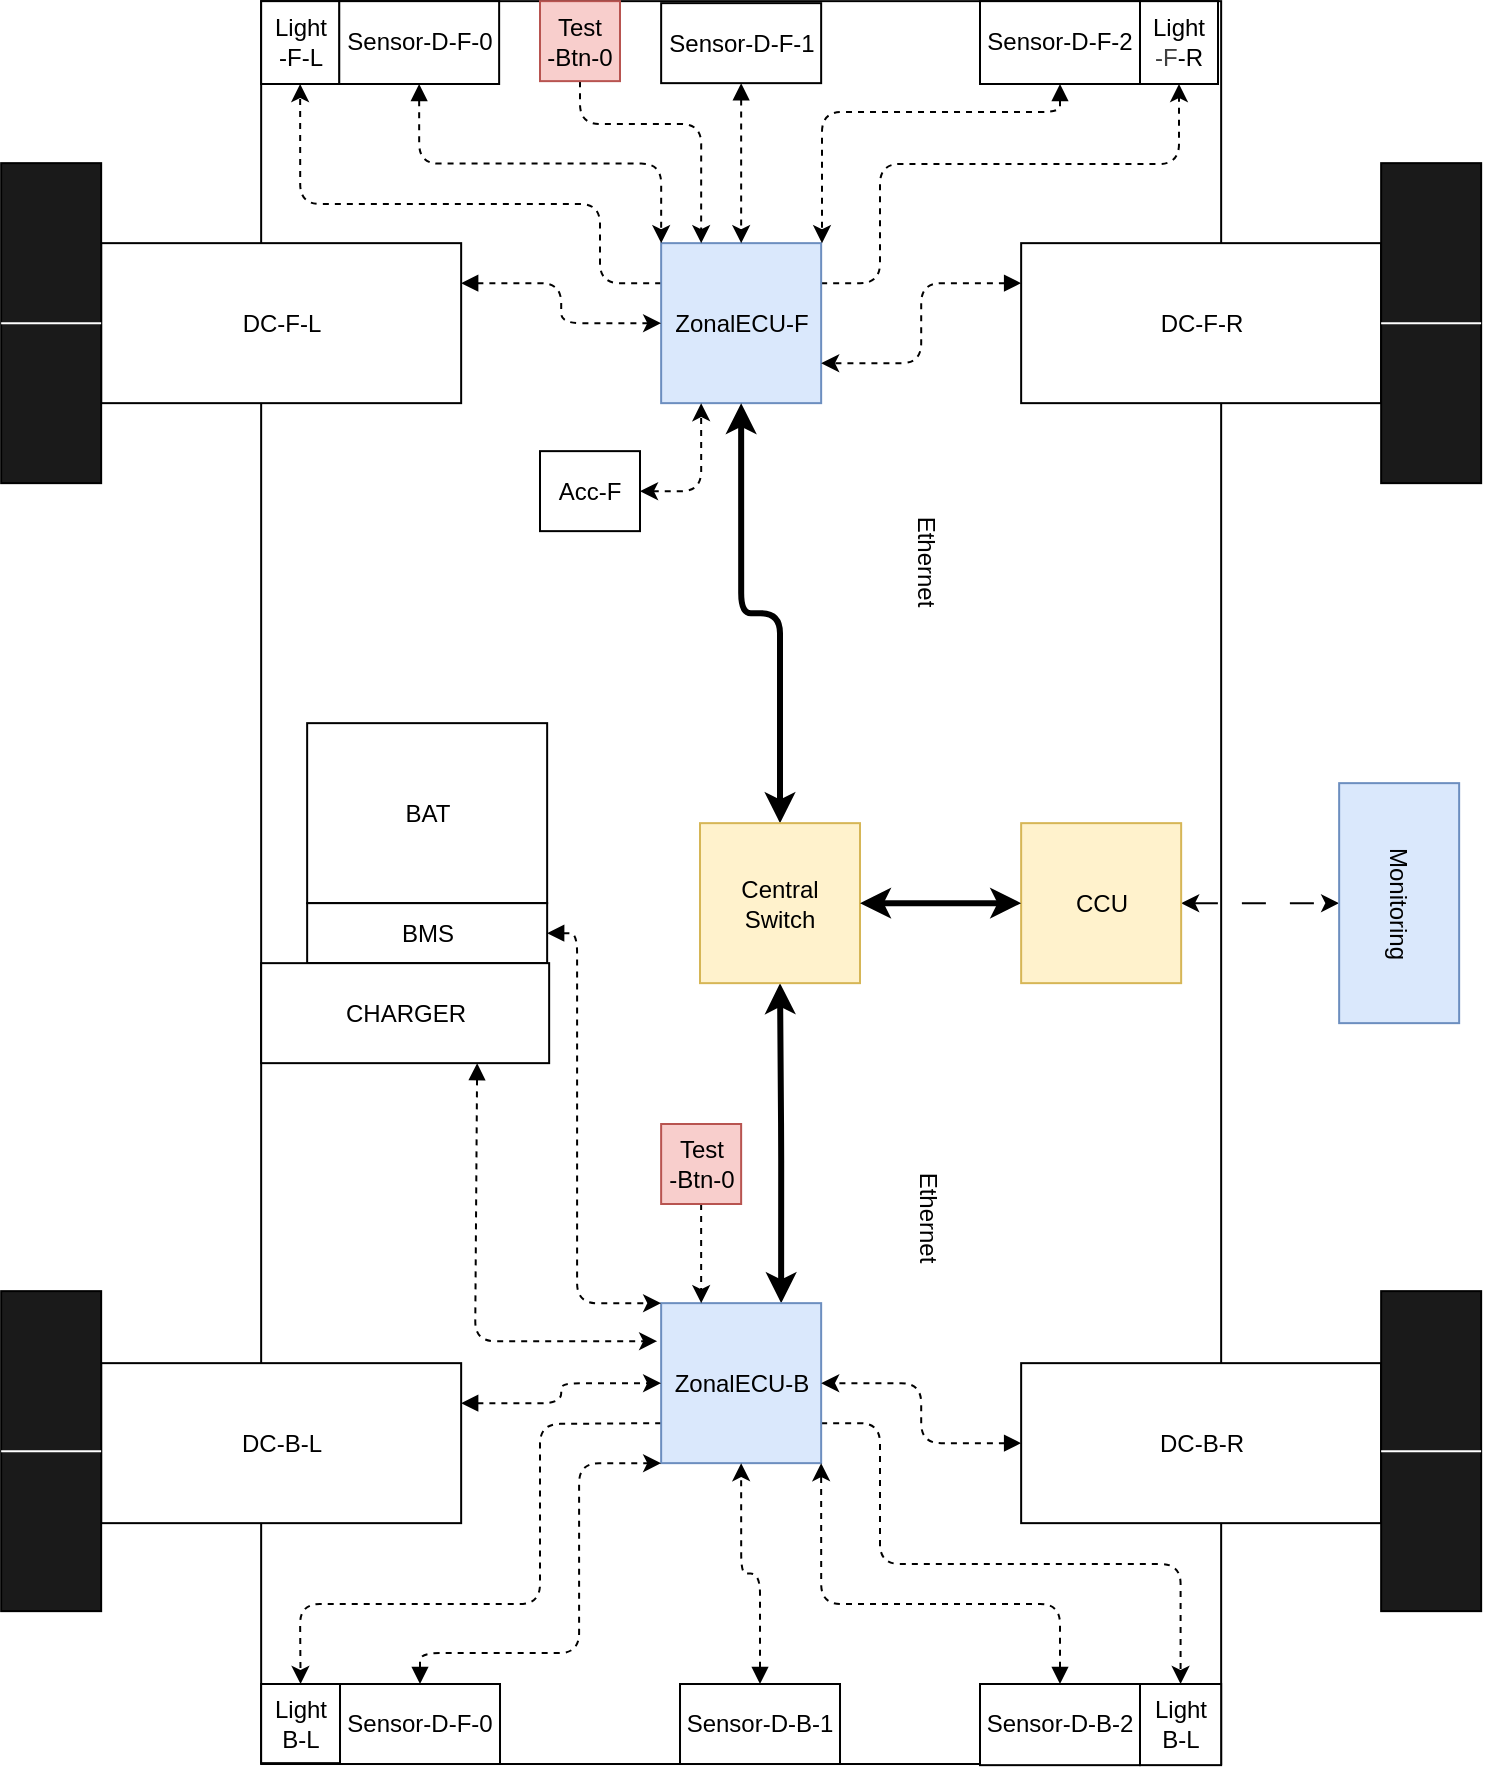
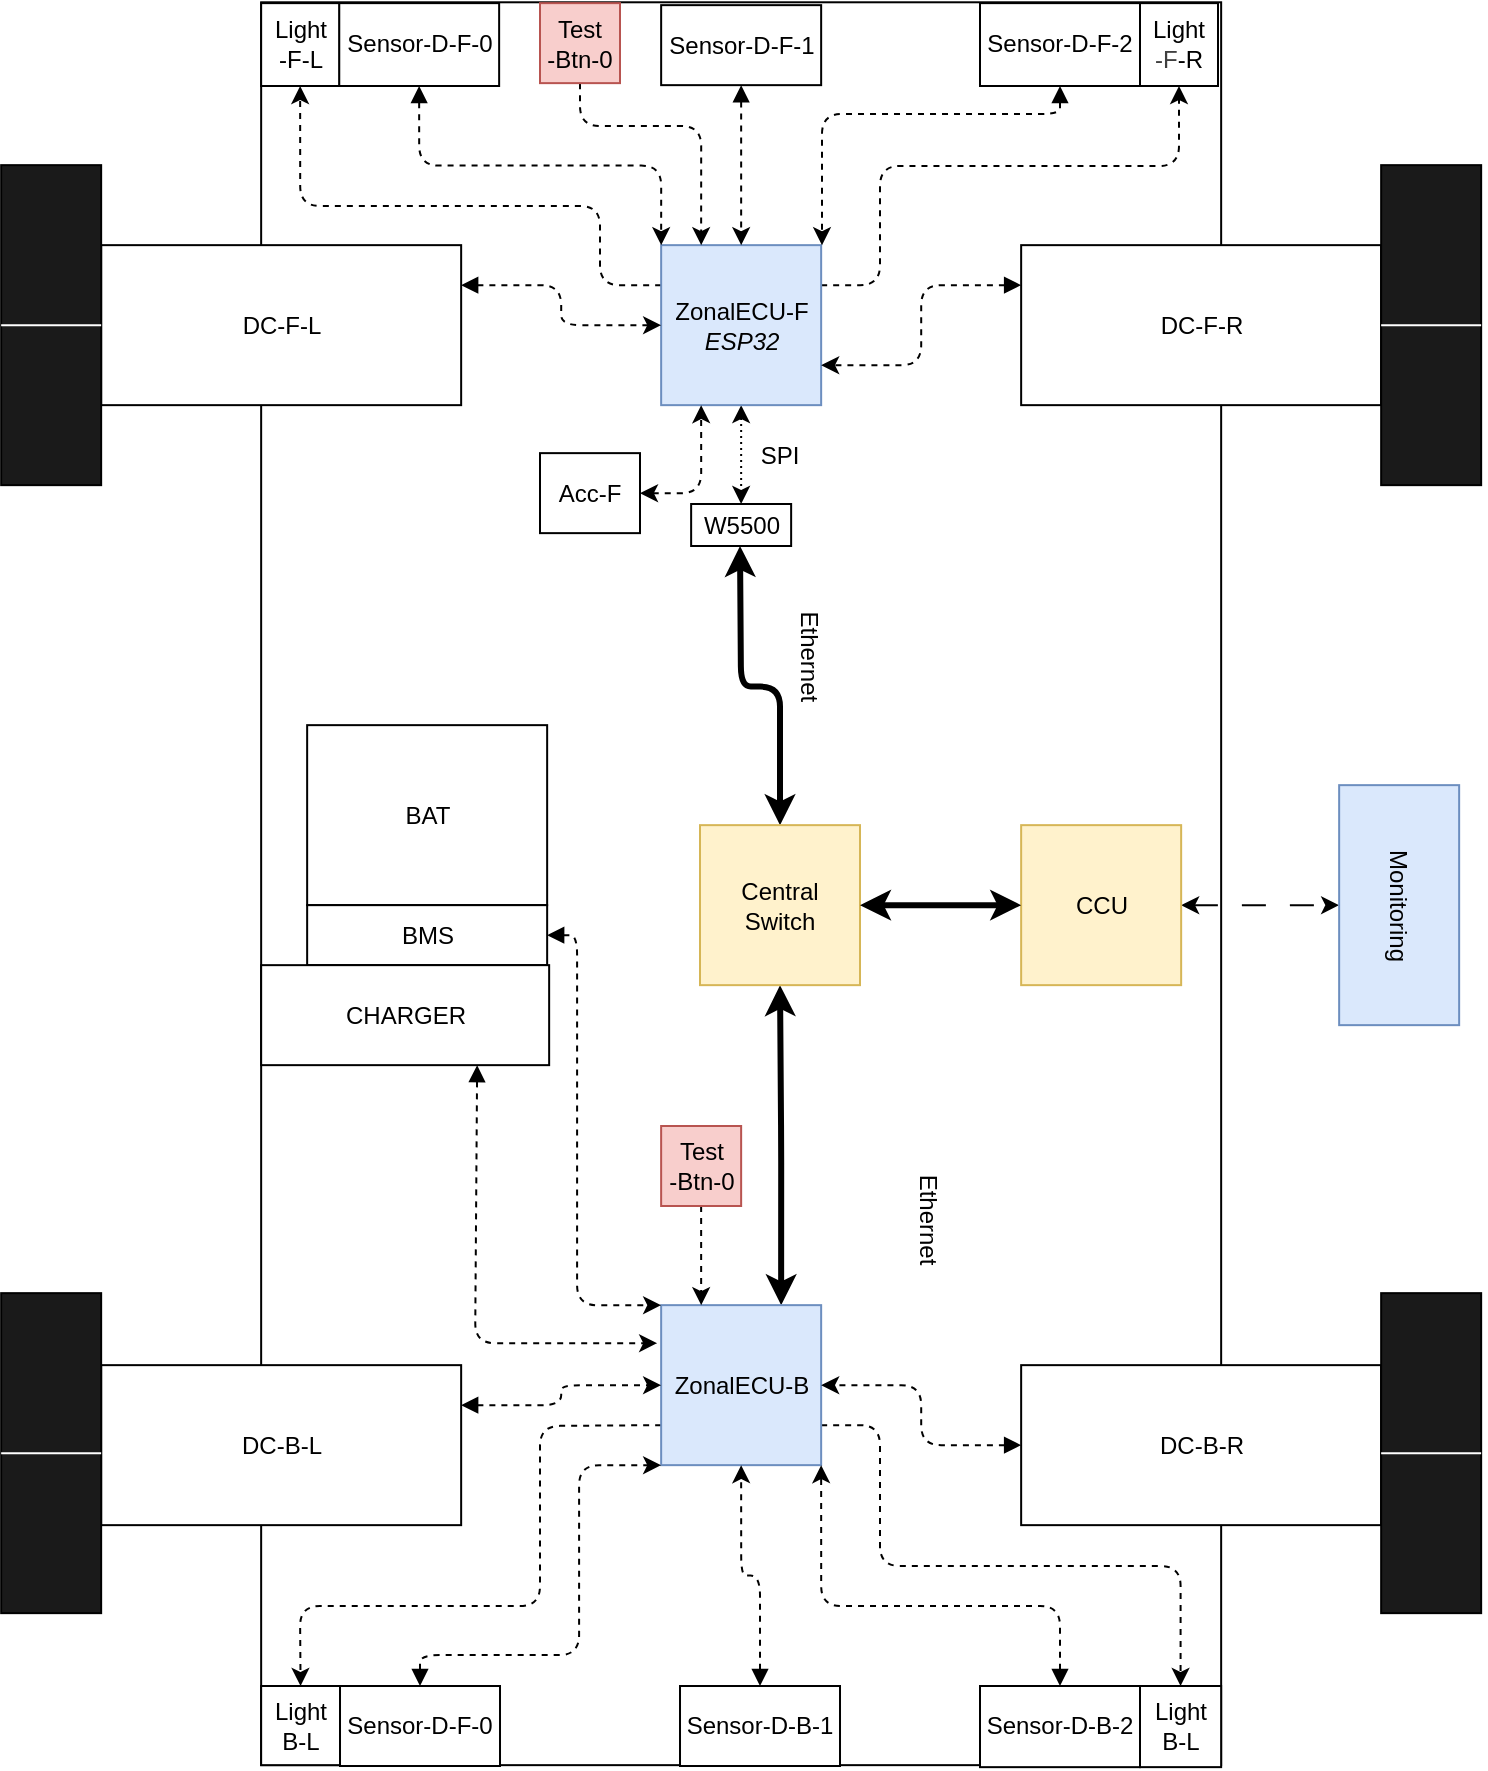
<mxfile host="65bd71144e">
    <diagram id="eSWMVI3Hitp-FO4I6tr9" name="Page-1">
-         <mxGraphModel dx="596" dy="1107" grid="1" gridSize="10" guides="1" tooltips="1" connect="1" arrows="1" fold="1" page="1" pageScale="1" pageWidth="3300" pageHeight="4681" math="0" shadow="0">
+         <mxGraphModel dx="266" dy="318" grid="1" gridSize="10" guides="1" tooltips="1" connect="1" arrows="1" fold="1" page="1" pageScale="1" pageWidth="3300" pageHeight="4681" math="0" shadow="0">
            <root>
                <mxCell id="0"/>
                <mxCell id="1" parent="0"/>
                <mxCell id="2" value="" style="rounded=0;whiteSpace=wrap;html=1;movable=1;resizable=1;rotatable=1;deletable=1;editable=1;locked=0;connectable=1;rotation=0;" parent="1" vertex="1">
-                     <mxGeometry x="480.57359312880715" y="118.57359312880715" width="480" height="881.43" as="geometry"/>
+                     <mxGeometry x="480.57359312880715" y="118.14359312880714" width="480" height="881.43" as="geometry"/>
                </mxCell>
                <mxCell id="8" value="BAT" style="rounded=0;whiteSpace=wrap;html=1;rotation=0;" parent="1" vertex="1">
                    <mxGeometry x="503.57359312880715" y="479.57359312880715" width="120" height="90" as="geometry"/>
                </mxCell>
                <mxCell id="9" value="BMS" style="rounded=0;whiteSpace=wrap;html=1;rotation=0;" parent="1" vertex="1">
                    <mxGeometry x="503.57359312880715" y="569.5735931288071" width="120" height="30" as="geometry"/>
                </mxCell>
                <mxCell id="64" style="edgeStyle=none;html=1;exitX=0.75;exitY=1;exitDx=0;exitDy=0;startArrow=block;startFill=1;dashed=1;" parent="1" source="10" edge="1">
                    <mxGeometry relative="1" as="geometry">
                        <mxPoint x="678.5735931288071" y="788.5735931288071" as="targetPoint"/>
                        <Array as="points">
                            <mxPoint x="587.5735931288071" y="788.5735931288071"/>
                        </Array>
                    </mxGeometry>
                </mxCell>
                <mxCell id="10" value="CHARGER" style="rounded=0;whiteSpace=wrap;html=1;rotation=0;" parent="1" vertex="1">
                    <mxGeometry x="480.57359312880715" y="599.5735931288071" width="144" height="50" as="geometry"/>
                </mxCell>
-                 <mxCell id="83" style="edgeStyle=orthogonalEdgeStyle;html=1;exitX=1;exitY=0.25;exitDx=0;exitDy=0;entryX=0.5;entryY=1;entryDx=0;entryDy=0;startArrow=none;startFill=0;dashed=1;" edge="1" parent="1" source="11" target="82">
+                 <mxCell id="83" style="edgeStyle=orthogonalEdgeStyle;html=1;exitX=1;exitY=0.25;exitDx=0;exitDy=0;entryX=0.5;entryY=1;entryDx=0;entryDy=0;startArrow=none;startFill=0;dashed=1;" parent="1" source="11" target="82" edge="1">
                    <mxGeometry relative="1" as="geometry">
                        <Array as="points">
                            <mxPoint x="790" y="260"/>
                            <mxPoint x="790" y="200"/>
                            <mxPoint x="940" y="200"/>
                        </Array>
                    </mxGeometry>
                </mxCell>
-                 <mxCell id="84" style="edgeStyle=orthogonalEdgeStyle;html=1;exitX=0;exitY=0.25;exitDx=0;exitDy=0;entryX=0.5;entryY=1;entryDx=0;entryDy=0;dashed=1;" edge="1" parent="1" source="11" target="78">
+                 <mxCell id="84" style="edgeStyle=orthogonalEdgeStyle;html=1;exitX=0;exitY=0.25;exitDx=0;exitDy=0;entryX=0.5;entryY=1;entryDx=0;entryDy=0;dashed=1;" parent="1" source="11" target="78" edge="1">
                    <mxGeometry relative="1" as="geometry">
                        <Array as="points">
                            <mxPoint x="650" y="260"/>
                            <mxPoint x="650" y="220"/>
                            <mxPoint x="500" y="220"/>
                        </Array>
                    </mxGeometry>
                </mxCell>
-                 <mxCell id="11" value="ZonalECU-F" style="whiteSpace=wrap;html=1;aspect=fixed;rotation=0;fillColor=#dae8fc;strokeColor=#6c8ebf;" parent="1" vertex="1">
+                 <mxCell id="SC8PyIf7rW9RjpHdmkf2-96" style="edgeStyle=none;html=1;exitX=0.5;exitY=1;exitDx=0;exitDy=0;entryX=0.5;entryY=0;entryDx=0;entryDy=0;startArrow=classic;startFill=1;dashed=1;dashPattern=1 2;" edge="1" parent="1" source="11" target="SC8PyIf7rW9RjpHdmkf2-95">
+                     <mxGeometry relative="1" as="geometry"/>
+                 </mxCell>
+                 <mxCell id="11" value="ZonalECU-F&lt;br&gt;&lt;i&gt;ESP32&lt;/i&gt;" style="whiteSpace=wrap;html=1;aspect=fixed;rotation=0;fillColor=#dae8fc;strokeColor=#6c8ebf;" parent="1" vertex="1">
                    <mxGeometry x="680.5735931288071" y="239.57359312880715" width="80" height="80" as="geometry"/>
                </mxCell>
                <mxCell id="67" style="edgeStyle=orthogonalEdgeStyle;html=1;exitX=0.75;exitY=0;exitDx=0;exitDy=0;entryX=0.5;entryY=1;entryDx=0;entryDy=0;startArrow=classic;startFill=1;strokeWidth=3;" parent="1" source="12" target="94" edge="1">
                    <mxGeometry relative="1" as="geometry"/>
                </mxCell>
-                 <mxCell id="88" style="edgeStyle=none;html=1;exitX=0;exitY=0.75;exitDx=0;exitDy=0;entryX=0.5;entryY=0;entryDx=0;entryDy=0;dashed=1;" edge="1" parent="1" source="12" target="87">
+                 <mxCell id="88" style="edgeStyle=none;html=1;exitX=0;exitY=0.75;exitDx=0;exitDy=0;entryX=0.5;entryY=0;entryDx=0;entryDy=0;dashed=1;" parent="1" source="12" target="87" edge="1">
                    <mxGeometry relative="1" as="geometry">
                        <Array as="points">
                            <mxPoint x="620" y="830"/>
                            <mxPoint x="620" y="920"/>
                            <mxPoint x="500" y="920"/>
                        </Array>
                    </mxGeometry>
                </mxCell>
-                 <mxCell id="91" style="edgeStyle=orthogonalEdgeStyle;html=1;exitX=1;exitY=0.75;exitDx=0;exitDy=0;entryX=0.5;entryY=0;entryDx=0;entryDy=0;dashed=1;" edge="1" parent="1" source="12" target="90">
+                 <mxCell id="91" style="edgeStyle=orthogonalEdgeStyle;html=1;exitX=1;exitY=0.75;exitDx=0;exitDy=0;entryX=0.5;entryY=0;entryDx=0;entryDy=0;dashed=1;" parent="1" source="12" target="90" edge="1">
                    <mxGeometry relative="1" as="geometry">
                        <Array as="points">
                            <mxPoint x="790" y="830"/>
                            <mxPoint x="790" y="900"/>
                            <mxPoint x="940" y="900"/>
                        </Array>
                    </mxGeometry>
                </mxCell>
                <mxCell id="12" value="&lt;span style=&quot;color: rgb(0, 0, 0);&quot;&gt;ZonalECU-B&lt;/span&gt;" style="whiteSpace=wrap;html=1;aspect=fixed;rotation=0;fillColor=#dae8fc;strokeColor=#6c8ebf;" parent="1" vertex="1">
                    <mxGeometry x="680.5735931288071" y="769.5735931288071" width="80" height="80" as="geometry"/>
                </mxCell>
                <mxCell id="70" style="edgeStyle=orthogonalEdgeStyle;html=1;exitX=1;exitY=0.5;exitDx=0;exitDy=0;entryX=0.5;entryY=1;entryDx=0;entryDy=0;dashed=1;dashPattern=12 12;startArrow=classic;startFill=1;" parent="1" source="14" target="69" edge="1">
                    <mxGeometry relative="1" as="geometry"/>
                </mxCell>
                <mxCell id="14" value="CCU" style="whiteSpace=wrap;html=1;aspect=fixed;rotation=0;fillColor=#fff2cc;strokeColor=#d6b656;" parent="1" vertex="1">
                    <mxGeometry x="860.5735931288071" y="529.5735931288071" width="80" height="80" as="geometry"/>
                </mxCell>
-                 <mxCell id="29" value="" style="endArrow=classic;startArrow=classic;html=1;exitX=0.5;exitY=0;exitDx=0;exitDy=0;entryX=0.5;entryY=1;entryDx=0;entryDy=0;strokeWidth=3;edgeStyle=orthogonalEdgeStyle;" parent="1" target="11" edge="1" source="94">
+                 <mxCell id="29" value="" style="endArrow=classic;startArrow=classic;html=1;exitX=0.5;exitY=0;exitDx=0;exitDy=0;strokeWidth=3;edgeStyle=orthogonalEdgeStyle;" parent="1" source="94" edge="1">
                    <mxGeometry width="50" height="50" relative="1" as="geometry">
                        <mxPoint x="900.5735931288071" y="529.5735931288071" as="sourcePoint"/>
-                         <mxPoint x="720.5735931288071" y="439.57359312880715" as="targetPoint"/>
+                         <mxPoint x="720" y="390" as="targetPoint"/>
                    </mxGeometry>
                </mxCell>
                <mxCell id="33" value="" style="group;rotation=0;" parent="1" vertex="1" connectable="0">
                    <mxGeometry x="350.57359312880715" y="749.5735931288071" width="230" height="160" as="geometry"/>
                </mxCell>
                <mxCell id="6" value="DC-B-L" style="rounded=0;whiteSpace=wrap;html=1;rotation=0;" parent="33" vertex="1">
                    <mxGeometry x="50" y="50" width="180" height="80" as="geometry"/>
                </mxCell>
                <mxCell id="18" value="" style="group;rotation=0;" parent="33" vertex="1" connectable="0">
                    <mxGeometry y="14" width="50" height="160" as="geometry"/>
                </mxCell>
                <mxCell id="19" value="" style="rounded=0;whiteSpace=wrap;html=1;fillColor=#1A1A1A;rotation=0;" parent="18" vertex="1">
                    <mxGeometry width="50" height="160" as="geometry"/>
                </mxCell>
                <mxCell id="20" value="" style="endArrow=none;html=1;entryX=1;entryY=0.5;entryDx=0;entryDy=0;exitX=0;exitY=0.5;exitDx=0;exitDy=0;strokeColor=light-dark(#ffffff, #ededed);" parent="18" source="19" target="19" edge="1">
                    <mxGeometry width="50" height="50" relative="1" as="geometry">
                        <mxPoint x="-140" y="100" as="sourcePoint"/>
                        <mxPoint x="-90" y="50" as="targetPoint"/>
                    </mxGeometry>
                </mxCell>
                <mxCell id="35" value="" style="group;rotation=0;" parent="1" vertex="1" connectable="0">
                    <mxGeometry x="860.5735931288071" y="199.57359312880715" width="230" height="160" as="geometry"/>
                </mxCell>
                <mxCell id="4" value="&lt;span style=&quot;color: rgb(0, 0, 0);&quot;&gt;DC-F-R&lt;/span&gt;" style="rounded=0;whiteSpace=wrap;html=1;rotation=0;" parent="35" vertex="1">
                    <mxGeometry y="40" width="180" height="80" as="geometry"/>
                </mxCell>
                <mxCell id="24" value="" style="group;rotation=0;" parent="35" vertex="1" connectable="0">
                    <mxGeometry x="180" width="50" height="160" as="geometry"/>
                </mxCell>
                <mxCell id="25" value="" style="rounded=0;whiteSpace=wrap;html=1;fillColor=#1A1A1A;rotation=0;" parent="24" vertex="1">
                    <mxGeometry width="50" height="160" as="geometry"/>
                </mxCell>
                <mxCell id="26" value="" style="endArrow=none;html=1;entryX=1;entryY=0.5;entryDx=0;entryDy=0;exitX=0;exitY=0.5;exitDx=0;exitDy=0;strokeColor=light-dark(#ffffff, #ededed);" parent="24" source="25" target="25" edge="1">
                    <mxGeometry width="50" height="50" relative="1" as="geometry">
                        <mxPoint x="-140" y="100" as="sourcePoint"/>
                        <mxPoint x="-90" y="50" as="targetPoint"/>
                    </mxGeometry>
                </mxCell>
                <mxCell id="36" value="" style="group;rotation=0;" parent="1" vertex="1" connectable="0">
                    <mxGeometry x="350.57359312880715" y="199.57359312880715" width="230" height="160" as="geometry"/>
                </mxCell>
                <mxCell id="3" value="DC-F-L" style="rounded=0;whiteSpace=wrap;html=1;rotation=0;" parent="36" vertex="1">
                    <mxGeometry x="50" y="40" width="180" height="80" as="geometry"/>
                </mxCell>
                <mxCell id="17" value="" style="group;rotation=0;" parent="36" vertex="1" connectable="0">
                    <mxGeometry width="50" height="160" as="geometry"/>
                </mxCell>
                <mxCell id="15" value="" style="rounded=0;whiteSpace=wrap;html=1;fillColor=#1A1A1A;rotation=0;" parent="17" vertex="1">
                    <mxGeometry width="50" height="160" as="geometry"/>
                </mxCell>
                <mxCell id="16" value="" style="endArrow=none;html=1;entryX=1;entryY=0.5;entryDx=0;entryDy=0;exitX=0;exitY=0.5;exitDx=0;exitDy=0;strokeColor=light-dark(#ffffff, #ededed);" parent="17" source="15" target="15" edge="1">
                    <mxGeometry width="50" height="50" relative="1" as="geometry">
                        <mxPoint x="-140" y="100" as="sourcePoint"/>
                        <mxPoint x="-90" y="50" as="targetPoint"/>
                    </mxGeometry>
                </mxCell>
                <mxCell id="37" value="Sensor-D-F-0" style="rounded=0;whiteSpace=wrap;html=1;rotation=0;" parent="1" vertex="1">
                    <mxGeometry x="519.57" y="118.57" width="80" height="41.43" as="geometry"/>
                </mxCell>
                <mxCell id="52" style="edgeStyle=orthogonalEdgeStyle;html=1;exitX=0.5;exitY=1;exitDx=0;exitDy=0;entryX=1;entryY=0;entryDx=0;entryDy=0;startArrow=block;startFill=1;dashed=1;" parent="1" source="38" target="11" edge="1">
                    <mxGeometry relative="1" as="geometry">
                        <Array as="points">
                            <mxPoint x="880" y="174"/>
                            <mxPoint x="761" y="174"/>
                            <mxPoint x="761" y="240"/>
                        </Array>
                    </mxGeometry>
                </mxCell>
                <mxCell id="38" value="Sensor-D-F-2" style="rounded=0;whiteSpace=wrap;html=1;rotation=0;" parent="1" vertex="1">
                    <mxGeometry x="840" y="118.57" width="80" height="41.43" as="geometry"/>
                </mxCell>
                <mxCell id="51" style="edgeStyle=orthogonalEdgeStyle;html=1;exitX=0.5;exitY=1;exitDx=0;exitDy=0;entryX=0.5;entryY=0;entryDx=0;entryDy=0;startArrow=block;startFill=1;dashed=1;" parent="1" source="39" target="11" edge="1">
                    <mxGeometry relative="1" as="geometry"/>
                </mxCell>
                <mxCell id="39" value="Sensor-D-F-1" style="rounded=0;whiteSpace=wrap;html=1;rotation=0;" parent="1" vertex="1">
                    <mxGeometry x="680.5735931288071" y="119.57359312880715" width="80" height="40" as="geometry"/>
                </mxCell>
                <mxCell id="55" style="edgeStyle=orthogonalEdgeStyle;html=1;exitX=0.5;exitY=0;exitDx=0;exitDy=0;entryX=0;entryY=1;entryDx=0;entryDy=0;strokeWidth=1;startArrow=block;startFill=1;dashed=1;" parent="1" source="46" target="12" edge="1">
                    <mxGeometry relative="1" as="geometry">
                        <Array as="points">
                            <mxPoint x="639.5735931288071" y="944.5735931288071"/>
                            <mxPoint x="638.5735931288071" y="849.5735931288071"/>
                        </Array>
                    </mxGeometry>
                </mxCell>
                <mxCell id="46" value="Sensor-D-F-0" style="rounded=0;whiteSpace=wrap;html=1;rotation=0;" parent="1" vertex="1">
                    <mxGeometry x="520.0035931288071" y="960.0035931288071" width="80" height="40" as="geometry"/>
                </mxCell>
                <mxCell id="53" style="edgeStyle=orthogonalEdgeStyle;html=1;exitX=0.5;exitY=0;exitDx=0;exitDy=0;entryX=1;entryY=1;entryDx=0;entryDy=0;strokeWidth=1;startArrow=block;startFill=1;dashed=1;" parent="1" source="47" target="12" edge="1">
                    <mxGeometry relative="1" as="geometry">
                        <Array as="points">
                            <mxPoint x="880" y="920"/>
                            <mxPoint x="761" y="920"/>
                        </Array>
                    </mxGeometry>
                </mxCell>
                <mxCell id="47" value="Sensor-D-B-2" style="rounded=0;whiteSpace=wrap;html=1;rotation=0;textDirection=rtl;" parent="1" vertex="1">
                    <mxGeometry x="840" y="960" width="80" height="40.58" as="geometry"/>
                </mxCell>
                <mxCell id="54" style="edgeStyle=orthogonalEdgeStyle;html=1;exitX=0.5;exitY=0;exitDx=0;exitDy=0;entryX=0.5;entryY=1;entryDx=0;entryDy=0;strokeWidth=1;startArrow=block;startFill=1;dashed=1;" parent="1" source="48" target="12" edge="1">
                    <mxGeometry relative="1" as="geometry"/>
                </mxCell>
                <mxCell id="48" value="Sensor-D-B-1" style="rounded=0;whiteSpace=wrap;html=1;rotation=0;" parent="1" vertex="1">
                    <mxGeometry x="690.0035931288071" y="960.0035931288071" width="80" height="40" as="geometry"/>
                </mxCell>
                <mxCell id="50" value="" style="endArrow=classic;html=1;exitX=0.5;exitY=1;exitDx=0;exitDy=0;entryX=0;entryY=0;entryDx=0;entryDy=0;edgeStyle=orthogonalEdgeStyle;startArrow=block;startFill=1;dashed=1;" parent="1" source="37" target="11" edge="1">
                    <mxGeometry width="50" height="50" relative="1" as="geometry">
                        <mxPoint x="668.5735931288071" y="-41.42640687119285" as="sourcePoint"/>
                        <mxPoint x="678.5735931288071" y="238.57359312880715" as="targetPoint"/>
                    </mxGeometry>
                </mxCell>
                <mxCell id="59" style="edgeStyle=orthogonalEdgeStyle;html=1;exitX=1;exitY=0.25;exitDx=0;exitDy=0;entryX=0;entryY=0.5;entryDx=0;entryDy=0;startArrow=block;startFill=1;dashed=1;" parent="1" source="3" target="11" edge="1">
                    <mxGeometry relative="1" as="geometry"/>
                </mxCell>
                <mxCell id="60" style="edgeStyle=orthogonalEdgeStyle;html=1;exitX=0;exitY=0.25;exitDx=0;exitDy=0;entryX=1;entryY=0.75;entryDx=0;entryDy=0;startArrow=block;startFill=1;dashed=1;" parent="1" source="4" target="11" edge="1">
                    <mxGeometry relative="1" as="geometry"/>
                </mxCell>
                <mxCell id="61" style="edgeStyle=orthogonalEdgeStyle;html=1;exitX=0;exitY=0.5;exitDx=0;exitDy=0;entryX=1;entryY=0.5;entryDx=0;entryDy=0;startArrow=block;startFill=1;dashed=1;" parent="1" source="5" target="12" edge="1">
                    <mxGeometry relative="1" as="geometry"/>
                </mxCell>
                <mxCell id="62" style="edgeStyle=orthogonalEdgeStyle;html=1;exitX=1;exitY=0.25;exitDx=0;exitDy=0;entryX=0;entryY=0.5;entryDx=0;entryDy=0;startArrow=block;startFill=1;dashed=1;" parent="1" source="6" target="12" edge="1">
                    <mxGeometry relative="1" as="geometry"/>
                </mxCell>
                <mxCell id="63" value="" style="endArrow=classic;html=1;exitX=1;exitY=0.5;exitDx=0;exitDy=0;entryX=0;entryY=0;entryDx=0;entryDy=0;edgeStyle=orthogonalEdgeStyle;startArrow=block;startFill=1;dashed=1;" parent="1" source="9" target="12" edge="1">
                    <mxGeometry width="50" height="50" relative="1" as="geometry">
                        <mxPoint x="698.5735931288071" y="528.5735931288071" as="sourcePoint"/>
                        <mxPoint x="748.5735931288071" y="578.5735931288071" as="targetPoint"/>
                        <Array as="points">
                            <mxPoint x="638.5735931288071" y="584.5735931288071"/>
                            <mxPoint x="638.5735931288071" y="769.5735931288071"/>
                        </Array>
                    </mxGeometry>
                </mxCell>
                <mxCell id="65" value="Ethernet" style="text;html=1;align=center;verticalAlign=middle;whiteSpace=wrap;rounded=0;rotation=90;" parent="1" vertex="1">
-                     <mxGeometry x="783.5735931288071" y="383.57359312880715" width="60" height="30" as="geometry"/>
+                     <mxGeometry x="724.5735931288071" y="430.00359312880715" width="60" height="30" as="geometry"/>
                </mxCell>
                <mxCell id="5" value="&lt;span style=&quot;color: rgb(0, 0, 0);&quot;&gt;DC-B-R&lt;/span&gt;" style="rounded=0;whiteSpace=wrap;html=1;rotation=0;" parent="1" vertex="1">
                    <mxGeometry x="860.5735931288071" y="799.5735931288071" width="180" height="80" as="geometry"/>
                </mxCell>
                <mxCell id="21" value="" style="group;rotation=0;" parent="1" vertex="1" connectable="0">
                    <mxGeometry x="1040.5735931288073" y="763.5735931288071" width="50" height="160" as="geometry"/>
                </mxCell>
                <mxCell id="22" value="" style="rounded=0;whiteSpace=wrap;html=1;fillColor=#1A1A1A;rotation=0;" parent="21" vertex="1">
                    <mxGeometry width="50" height="160" as="geometry"/>
                </mxCell>
                <mxCell id="23" value="" style="endArrow=none;html=1;entryX=1;entryY=0.5;entryDx=0;entryDy=0;exitX=0;exitY=0.5;exitDx=0;exitDy=0;strokeColor=light-dark(#ffffff, #ededed);" parent="21" source="22" target="22" edge="1">
                    <mxGeometry width="50" height="50" relative="1" as="geometry">
                        <mxPoint x="-140" y="100" as="sourcePoint"/>
                        <mxPoint x="-90" y="50" as="targetPoint"/>
                    </mxGeometry>
                </mxCell>
                <mxCell id="68" value="Ethernet" style="text;html=1;align=center;verticalAlign=middle;whiteSpace=wrap;rounded=0;rotation=90;" parent="1" vertex="1">
                    <mxGeometry x="784.5735931288071" y="711.5735931288071" width="60" height="30" as="geometry"/>
                </mxCell>
                <mxCell id="69" value="Monitoring" style="rounded=0;whiteSpace=wrap;html=1;fillColor=#dae8fc;strokeColor=#6c8ebf;rotation=90;" parent="1" vertex="1">
                    <mxGeometry x="989.5735931288071" y="539.5735931288071" width="120" height="60" as="geometry"/>
                </mxCell>
-                 <mxCell id="75" value="Acc-F" style="rounded=0;whiteSpace=wrap;html=1;" vertex="1" parent="1">
+                 <mxCell id="75" value="Acc-F" style="rounded=0;whiteSpace=wrap;html=1;" parent="1" vertex="1">
                    <mxGeometry x="620" y="343.57" width="50" height="40" as="geometry"/>
                </mxCell>
-                 <mxCell id="76" value="" style="endArrow=classic;startArrow=classic;html=1;exitX=1;exitY=0.5;exitDx=0;exitDy=0;entryX=0.25;entryY=1;entryDx=0;entryDy=0;edgeStyle=orthogonalEdgeStyle;dashed=1;" edge="1" parent="1" source="75" target="11">
+                 <mxCell id="76" value="" style="endArrow=classic;startArrow=classic;html=1;exitX=1;exitY=0.5;exitDx=0;exitDy=0;entryX=0.25;entryY=1;entryDx=0;entryDy=0;edgeStyle=orthogonalEdgeStyle;dashed=1;" parent="1" source="75" target="11" edge="1">
                    <mxGeometry width="50" height="50" relative="1" as="geometry">
                        <mxPoint x="730" y="530" as="sourcePoint"/>
                        <mxPoint x="780" y="480" as="targetPoint"/>
                        <Array as="points">
                            <mxPoint x="701" y="364"/>
                        </Array>
                    </mxGeometry>
                </mxCell>
-                 <mxCell id="78" value="Light&lt;div&gt;-F-L&lt;/div&gt;" style="rounded=0;whiteSpace=wrap;html=1;" vertex="1" parent="1">
+                 <mxCell id="78" value="Light&lt;div&gt;-F-L&lt;/div&gt;" style="rounded=0;whiteSpace=wrap;html=1;" parent="1" vertex="1">
                    <mxGeometry x="480.57" y="118.57" width="39" height="41.43" as="geometry"/>
                </mxCell>
-                 <mxCell id="82" value="Light&lt;br&gt;&lt;div&gt;&lt;span style=&quot;color: rgb(63, 63, 63); background-color: transparent;&quot;&gt;-F&lt;/span&gt;-R&lt;/div&gt;" style="rounded=0;whiteSpace=wrap;html=1;" vertex="1" parent="1">
+                 <mxCell id="82" value="Light&lt;br&gt;&lt;div&gt;&lt;span style=&quot;color: rgb(63, 63, 63); background-color: transparent;&quot;&gt;-F&lt;/span&gt;-R&lt;/div&gt;" style="rounded=0;whiteSpace=wrap;html=1;" parent="1" vertex="1">
                    <mxGeometry x="920" y="118.57" width="39" height="41.43" as="geometry"/>
                </mxCell>
-                 <mxCell id="86" style="edgeStyle=orthogonalEdgeStyle;html=1;exitX=0.5;exitY=1;exitDx=0;exitDy=0;entryX=0.25;entryY=0;entryDx=0;entryDy=0;dashed=1;" edge="1" parent="1" source="85" target="11">
+                 <mxCell id="86" style="edgeStyle=orthogonalEdgeStyle;html=1;exitX=0.5;exitY=1;exitDx=0;exitDy=0;entryX=0.25;entryY=0;entryDx=0;entryDy=0;dashed=1;" parent="1" source="85" target="11" edge="1">
                    <mxGeometry relative="1" as="geometry">
                        <Array as="points">
                            <mxPoint x="640" y="180"/>
                            <mxPoint x="701" y="180"/>
                        </Array>
                    </mxGeometry>
                </mxCell>
-                 <mxCell id="85" value="Test&lt;br&gt;-Btn-0" style="whiteSpace=wrap;html=1;aspect=fixed;fillColor=#f8cecc;strokeColor=#b85450;" vertex="1" parent="1">
+                 <mxCell id="85" value="Test&lt;br&gt;-Btn-0" style="whiteSpace=wrap;html=1;aspect=fixed;fillColor=#f8cecc;strokeColor=#b85450;" parent="1" vertex="1">
                    <mxGeometry x="620" y="118.57" width="40" height="40" as="geometry"/>
                </mxCell>
-                 <mxCell id="87" value="Light&lt;div&gt;B-L&lt;/div&gt;" style="rounded=0;whiteSpace=wrap;html=1;" vertex="1" parent="1">
+                 <mxCell id="87" value="Light&lt;div&gt;B-L&lt;/div&gt;" style="rounded=0;whiteSpace=wrap;html=1;" parent="1" vertex="1">
                    <mxGeometry x="480.57" y="960" width="39.43" height="39.57" as="geometry"/>
                </mxCell>
-                 <mxCell id="92" style="edgeStyle=none;html=1;entryX=0.25;entryY=0;entryDx=0;entryDy=0;dashed=1;" edge="1" parent="1" source="89" target="12">
-                     <mxGeometry relative="1" as="geometry"/>
-                 </mxCell>
-                 <mxCell id="89" value="Test&lt;br&gt;-Btn-0" style="whiteSpace=wrap;html=1;aspect=fixed;fillColor=#f8cecc;strokeColor=#b85450;" vertex="1" parent="1">
+                 <mxCell id="92" style="edgeStyle=none;html=1;entryX=0.25;entryY=0;entryDx=0;entryDy=0;dashed=1;" parent="1" source="89" target="12" edge="1">
+                     <mxGeometry relative="1" as="geometry"/>
+                 </mxCell>
+                 <mxCell id="89" value="Test&lt;br&gt;-Btn-0" style="whiteSpace=wrap;html=1;aspect=fixed;fillColor=#f8cecc;strokeColor=#b85450;" parent="1" vertex="1">
                    <mxGeometry x="680.5699999999999" y="680" width="40" height="40" as="geometry"/>
                </mxCell>
-                 <mxCell id="90" value="Light&lt;div&gt;B-L&lt;/div&gt;" style="rounded=0;whiteSpace=wrap;html=1;" vertex="1" parent="1">
+                 <mxCell id="90" value="Light&lt;div&gt;B-L&lt;/div&gt;" style="rounded=0;whiteSpace=wrap;html=1;" parent="1" vertex="1">
                    <mxGeometry x="920" y="960" width="40.57" height="40.57" as="geometry"/>
                </mxCell>
-                 <mxCell id="94" value="Central&lt;div&gt;Switch&lt;/div&gt;" style="whiteSpace=wrap;html=1;aspect=fixed;rotation=0;fillColor=#fff2cc;strokeColor=#d6b656;" vertex="1" parent="1">
+                 <mxCell id="94" value="Central&lt;div&gt;Switch&lt;/div&gt;" style="whiteSpace=wrap;html=1;aspect=fixed;rotation=0;fillColor=#fff2cc;strokeColor=#d6b656;" parent="1" vertex="1">
                    <mxGeometry x="700.0035931288071" y="529.5735931288071" width="80" height="80" as="geometry"/>
                </mxCell>
-                 <mxCell id="95" value="" style="endArrow=classic;startArrow=classic;html=1;exitX=0;exitY=0.5;exitDx=0;exitDy=0;entryX=1;entryY=0.5;entryDx=0;entryDy=0;strokeWidth=3;edgeStyle=orthogonalEdgeStyle;" edge="1" parent="1" source="14" target="94">
+                 <mxCell id="95" value="" style="endArrow=classic;startArrow=classic;html=1;exitX=0;exitY=0.5;exitDx=0;exitDy=0;entryX=1;entryY=0.5;entryDx=0;entryDy=0;strokeWidth=3;edgeStyle=orthogonalEdgeStyle;" parent="1" source="14" target="94" edge="1">
                    <mxGeometry width="50" height="50" relative="1" as="geometry">
                        <mxPoint x="750" y="540" as="sourcePoint"/>
                        <mxPoint x="731" y="330" as="targetPoint"/>
                    </mxGeometry>
+                 </mxCell>
+                 <mxCell id="SC8PyIf7rW9RjpHdmkf2-95" value="W5500" style="rounded=0;whiteSpace=wrap;html=1;" vertex="1" parent="1">
+                     <mxGeometry x="695.57" y="369" width="50" height="21" as="geometry"/>
+                 </mxCell>
+                 <mxCell id="SC8PyIf7rW9RjpHdmkf2-97" value="SPI" style="text;html=1;align=center;verticalAlign=middle;whiteSpace=wrap;rounded=0;" vertex="1" parent="1">
+                     <mxGeometry x="720" y="329.57" width="40" height="30" as="geometry"/>
+                 </mxCell>
+             </root>
+         </mxGraphModel>
+     </diagram>
+     <diagram id="kqyLTcmoiOB2TeEk_Ypi" name="Page-2">
+         <mxGraphModel dx="551" dy="454" grid="1" gridSize="10" guides="1" tooltips="1" connect="1" arrows="1" fold="1" page="1" pageScale="1" pageWidth="850" pageHeight="1100" math="0" shadow="0">
+             <root>
+                 <mxCell id="0"/>
+                 <mxCell id="1" parent="0"/>
+                 <mxCell id="_HwKsHiUlKKX82oLm3QJ-1" value="HCSR-04" style="rounded=0;whiteSpace=wrap;html=1;" vertex="1" parent="1">
+                     <mxGeometry x="160" y="200" width="160" height="40" as="geometry"/>
+                 </mxCell>
+                 <mxCell id="_HwKsHiUlKKX82oLm3QJ-2" value="" style="rounded=0;whiteSpace=wrap;html=1;" vertex="1" parent="1">
+                     <mxGeometry x="160" y="130" width="160" height="40" as="geometry"/>
                </mxCell>
            </root>
        </mxGraphModel>
    </diagram>
</mxfile>